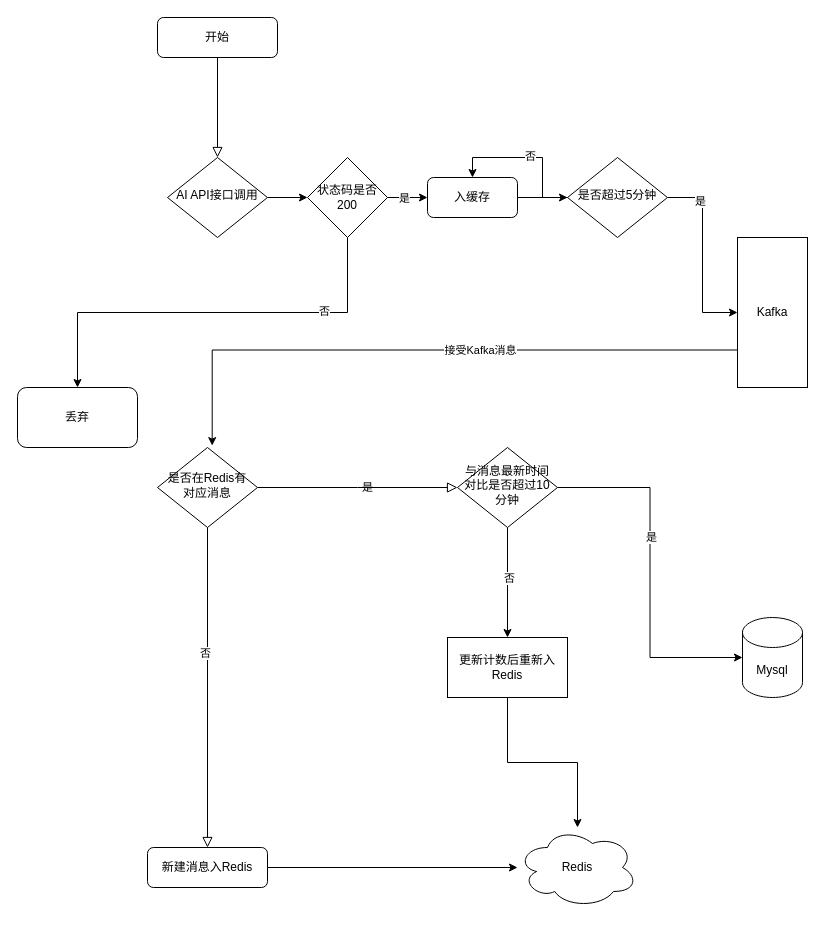
The draw.io diagram 未命名绘图.drawio in lingpengzhou/diagrams.io, before the edit. Source tidied: cells renumbered, new cells numbered last; positions are measured from the earlier drawing's top-left corner, leaving out a move shared by most shapes. Both pictures are drawn from the tidied source at 100%, with x=0, y=0 at pixel (17, 17).
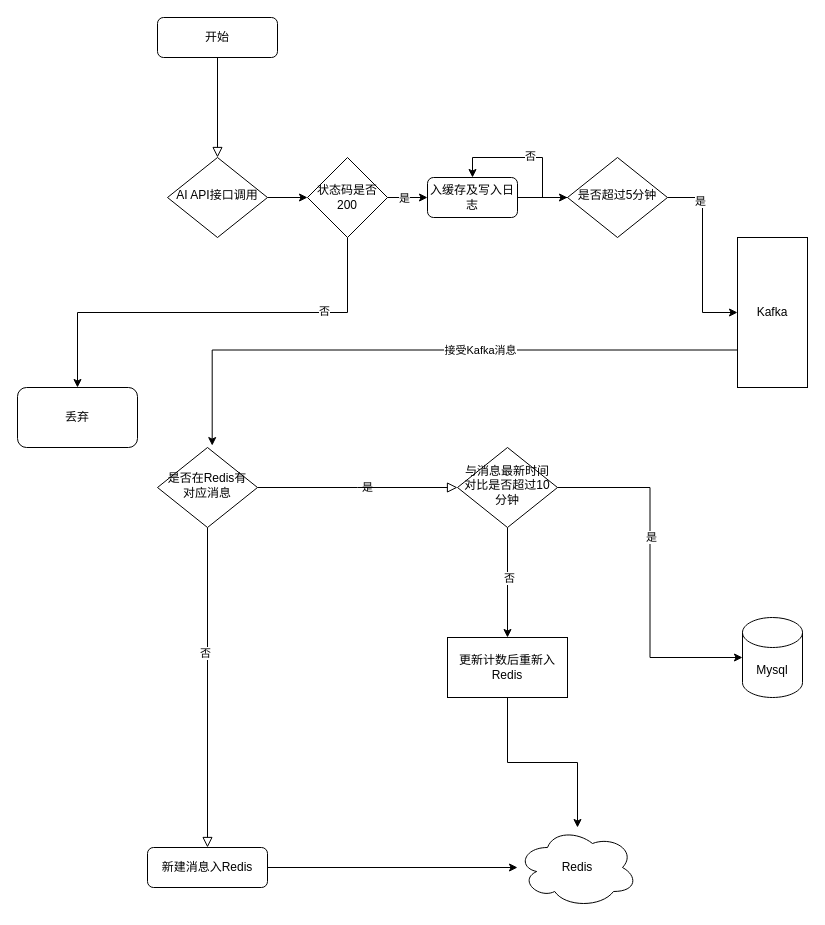
The same page after the edit.

Commit message (it also covers changes not shown here):
更新未命名绘图.drawio

Diff of the diagram source:
```diff
@@
-    <mxCell id="7" value="入缓存" style="rounded=1;whiteSpace=wrap;html=1;fontSize=12;glass=0;strokeWidth=1;shadow=0;" parent="1" vertex="1">
+    <mxCell id="7" value="入缓存及写入日志" style="rounded=1;whiteSpace=wrap;html=1;fontSize=12;glass=0;strokeWidth=1;shadow=0;" parent="1" vertex="1">
       <mxGeometry x="410" y="160" width="90" height="40" as="geometry" />
     </mxCell>
```
